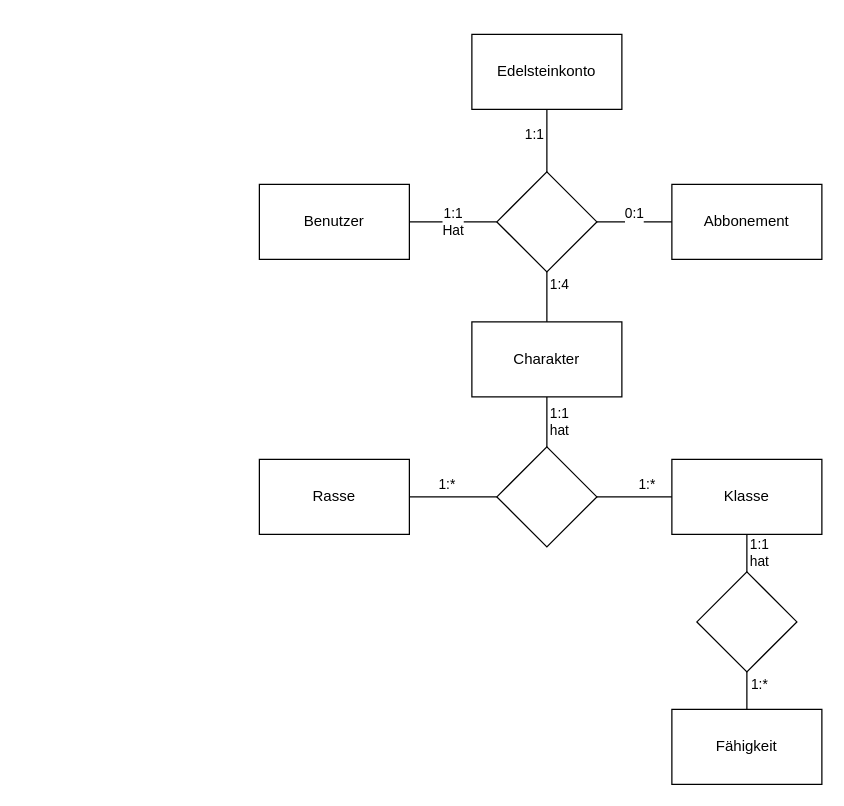
Before: Datenbanken_Milan.drawio in mitmirzutun/Datenbanken, a draw.io diagram. Source tidied: cells renumbered, new cells numbered last; positions are measured from the earlier drawing's top-left corner, leaving out a move shared by most shapes. Both pictures are drawn from the tidied source at 125%, with x=0, y=0 at pixel (259, 34).
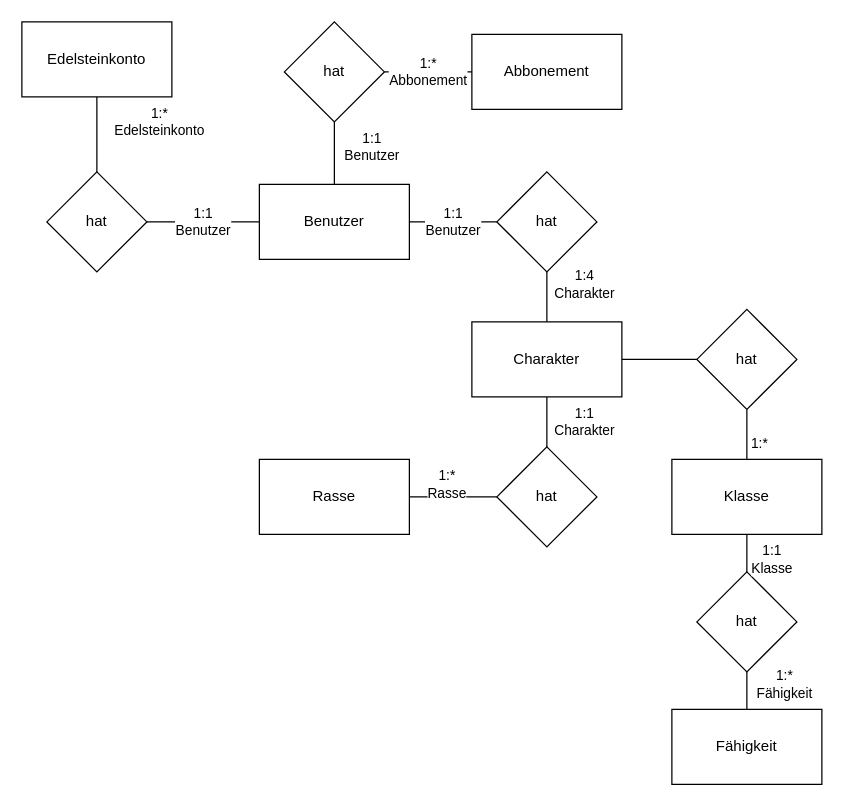
The same diagram, later.

Unchanged cells that the change refers to:
```xml
<mxCell id="2" value="Benutzer" style="rounded=0;whiteSpace=wrap;html=1;" parent="1" vertex="1">
  <mxGeometry y="120" width="120" height="60" as="geometry" />
</mxCell>
<mxCell id="10" value="Charakter" style="rounded=0;whiteSpace=wrap;html=1;" parent="1" vertex="1">
  <mxGeometry x="170" y="230" width="120" height="60" as="geometry" />
</mxCell>
<mxCell id="11" value="Rasse" style="rounded=0;whiteSpace=wrap;html=1;" parent="1" vertex="1">
  <mxGeometry y="340" width="120" height="60" as="geometry" />
</mxCell>
<mxCell id="12" value="Fähigkeit" style="rounded=0;whiteSpace=wrap;html=1;" parent="1" vertex="1">
  <mxGeometry x="330" y="540" width="120" height="60" as="geometry" />
</mxCell>
<mxCell id="13" value="Klasse" style="rounded=0;whiteSpace=wrap;html=1;" parent="1" vertex="1">
  <mxGeometry x="330" y="340" width="120" height="60" as="geometry" />
</mxCell>
```

Diff of the diagram source:
```diff
@@
-    <mxCell id="3" style="rhombus;whiteSpace=wrap;html=1;" parent="1" vertex="1">
+    <mxCell id="3" value="hat" style="rhombus;whiteSpace=wrap;html=1;" parent="1" vertex="1">
       <mxGeometry x="190" y="110" width="80" height="80" as="geometry" />
     </mxCell>
-    <mxCell id="4" value="1:1&lt;br&gt;Hat" style="endArrow=none;html=1;entryX=0;entryY=0.5;entryDx=0;entryDy=0;exitX=1;exitY=0.5;exitDx=0;exitDy=0;" parent="1" edge="1" source="2" target="3">
+    <mxCell id="4" value="1:1&lt;br&gt;Benutzer" style="endArrow=none;html=1;entryX=0;entryY=0.5;entryDx=0;entryDy=0;exitX=1;exitY=0.5;exitDx=0;exitDy=0;" parent="1" edge="1" source="2" target="3">
       <mxGeometry relative="1" as="geometry">
         <Array as="points">
           <mxPoint x="150" y="150" />
         </Array>
       </mxGeometry>
     </mxCell>
     <mxCell id="5" value="Abbonement" style="rounded=0;whiteSpace=wrap;html=1;" parent="1" vertex="1">
-      <mxGeometry x="330" y="120" width="120" height="60" as="geometry" />
+      <mxGeometry x="170" width="120" height="60" as="geometry" />
     </mxCell>
-    <mxCell id="6" value="0:1&lt;br&gt;&amp;nbsp;" style="endArrow=none;html=1;entryX=0;entryY=0.5;entryDx=0;entryDy=0;exitX=1;exitY=0.5;exitDx=0;exitDy=0;" parent="1" edge="1" source="3" target="5">
+    <mxCell id="6" value="1:*&lt;br&gt;Abbonement" style="endArrow=none;html=1;entryX=0;entryY=0.5;entryDx=0;entryDy=0;exitX=1;exitY=0.5;exitDx=0;exitDy=0;" parent="1" edge="1" source="22" target="5">
       <mxGeometry relative="1" as="geometry" />
     </mxCell>
     <mxCell id="7" value="Edelsteinkonto" style="rounded=0;whiteSpace=wrap;html=1;" parent="1" vertex="1">
-      <mxGeometry x="170" width="120" height="60" as="geometry" />
+      <mxGeometry x="-190" y="-10" width="120" height="60" as="geometry" />
     </mxCell>
-    <mxCell id="8" value="1:1" style="endArrow=none;html=1;exitX=0.5;exitY=1;exitDx=0;exitDy=0;" parent="1" edge="1" source="7">
-      <mxGeometry x="-0.2" y="-10" relative="1" as="geometry">
-        <mxPoint x="230" y="110" as="targetPoint" />
-      </mxGeometry>
+    <mxCell id="8" value="1:*&lt;br&gt;Edelsteinkonto" style="endArrow=none;html=1;exitX=0.5;exitY=1;exitDx=0;exitDy=0;entryX=0.5;entryY=0;entryDx=0;entryDy=0;" parent="1" edge="1" source="7" target="23">
+      <mxGeometry x="-0.33" y="50" relative="1" as="geometry" />
     </mxCell>
-    <mxCell id="9" value="1:4" style="endArrow=none;html=1;entryX=0.5;entryY=1;entryDx=0;entryDy=0;exitX=0.5;exitY=0;exitDx=0;exitDy=0;" parent="1" edge="1" source="10" target="3">
-      <mxGeometry x="0.5" y="-10" relative="1" as="geometry" />
+    <mxCell id="9" value="1:4&lt;br&gt;Charakter" style="endArrow=none;html=1;entryX=0.5;entryY=1;entryDx=0;entryDy=0;exitX=0.5;exitY=0;exitDx=0;exitDy=0;" parent="1" edge="1" source="10" target="3">
+      <mxGeometry x="0.5" y="-30" relative="1" as="geometry" />
     </mxCell>
@@
-    <mxCell id="14" value="1:*" style="endArrow=none;html=1;entryX=0;entryY=0.5;entryDx=0;entryDy=0;exitX=1;exitY=0.5;exitDx=0;exitDy=0;" parent="1" edge="1" source="19" target="13">
+    <mxCell id="14" value="1:*" style="endArrow=none;html=1;exitX=0.5;exitY=1;exitDx=0;exitDy=0;" parent="1" edge="1" source="21" target="13">
       <mxGeometry x="0.33" y="10" relative="1" as="geometry" />
     </mxCell>
-    <mxCell id="15" value="1:*" style="endArrow=none;html=1;entryX=0.5;entryY=1;entryDx=0;entryDy=0;" parent="1" edge="1" source="12" target="17">
-      <mxGeometry x="0.33" y="-10" relative="1" as="geometry" />
+    <mxCell id="15" value="1:*&lt;br&gt;Fähigkeit" style="endArrow=none;html=1;entryX=0.5;entryY=1;entryDx=0;entryDy=0;" parent="1" edge="1" source="12" target="17">
+      <mxGeometry x="0.33" y="-30" relative="1" as="geometry" />
     </mxCell>
-    <mxCell id="16" value="1:*" style="endArrow=none;html=1;entryX=0;entryY=0.5;entryDx=0;entryDy=0;exitX=1;exitY=0.5;exitDx=0;exitDy=0;" parent="1" edge="1" source="11" target="19">
+    <mxCell id="16" value="1:*&lt;br&gt;Rasse" style="endArrow=none;html=1;entryX=0;entryY=0.5;entryDx=0;entryDy=0;exitX=1;exitY=0.5;exitDx=0;exitDy=0;" parent="1" edge="1" source="11" target="19">
       <mxGeometry x="-0.14" y="10" relative="1" as="geometry" />
     </mxCell>
-    <mxCell id="17" style="rhombus;whiteSpace=wrap;html=1;" parent="1" vertex="1">
+    <mxCell id="17" value="hat" style="rhombus;whiteSpace=wrap;html=1;" parent="1" vertex="1">
       <mxGeometry x="350" y="430" width="80" height="80" as="geometry" />
     </mxCell>
-    <mxCell id="18" value="1:1&lt;br&gt;hat" style="endArrow=none;html=1;entryX=0.5;entryY=0;entryDx=0;entryDy=0;exitX=0.5;exitY=1;exitDx=0;exitDy=0;" parent="1" edge="1" source="13" target="17">
-      <mxGeometry y="10" relative="1" as="geometry" />
+    <mxCell id="18" value="1:1&lt;br&gt;Klasse" style="endArrow=none;html=1;entryX=0.5;entryY=0;entryDx=0;entryDy=0;exitX=0.5;exitY=1;exitDx=0;exitDy=0;" parent="1" edge="1" source="13" target="17">
+      <mxGeometry x="0.33" y="20" relative="1" as="geometry" />
     </mxCell>
-    <mxCell id="19" style="rhombus;whiteSpace=wrap;html=1;" parent="1" vertex="1">
+    <mxCell id="19" value="hat" style="rhombus;whiteSpace=wrap;html=1;" parent="1" vertex="1">
       <mxGeometry x="190" y="330" width="80" height="80" as="geometry" />
     </mxCell>
-    <mxCell id="20" value="1:1&lt;br&gt;hat" style="endArrow=none;html=1;entryX=0.5;entryY=0;entryDx=0;entryDy=0;exitX=0.5;exitY=1;exitDx=0;exitDy=0;" parent="1" edge="1" source="10" target="19">
-      <mxGeometry y="10" relative="1" as="geometry" />
+    <mxCell id="20" value="1:1&lt;br&gt;Charakter" style="endArrow=none;html=1;entryX=0.5;entryY=0;entryDx=0;entryDy=0;exitX=0.5;exitY=1;exitDx=0;exitDy=0;" parent="1" edge="1" source="10" target="19">
+      <mxGeometry y="30" relative="1" as="geometry" />
     </mxCell>
+    <mxCell id="21" value="hat" style="rhombus;whiteSpace=wrap;html=1;" parent="1" vertex="1">
+      <mxGeometry x="350" y="220" width="80" height="80" as="geometry" />
+    </mxCell>
+    <mxCell id="22" value="hat" style="rhombus;whiteSpace=wrap;html=1;" parent="1" vertex="1">
+      <mxGeometry x="20" y="-10" width="80" height="80" as="geometry" />
+    </mxCell>
+    <mxCell id="23" value="hat" style="rhombus;whiteSpace=wrap;html=1;" parent="1" vertex="1">
+      <mxGeometry x="-170" y="110" width="80" height="80" as="geometry" />
+    </mxCell>
+    <mxCell id="24" style="endArrow=none;html=1;entryX=0;entryY=0.5;entryDx=0;entryDy=0;exitX=1;exitY=0.5;exitDx=0;exitDy=0;" parent="1" edge="1" source="10" target="21">
+      <mxGeometry relative="1" as="geometry" />
+    </mxCell>
+    <mxCell id="25" value="1:1&lt;br&gt;Benutzer" style="endArrow=none;html=1;entryX=1;entryY=0.5;entryDx=0;entryDy=0;" parent="1" edge="1" source="2" target="23">
+      <mxGeometry relative="1" as="geometry" />
+    </mxCell>
+    <mxCell id="26" value="1:1&lt;br&gt;Benutzer" style="endArrow=none;html=1;entryX=0.5;entryY=1;entryDx=0;entryDy=0;exitX=0.5;exitY=0;exitDx=0;exitDy=0;" parent="1" edge="1" source="2" target="22">
+      <mxGeometry x="0.2" y="-30" relative="1" as="geometry" />
+    </mxCell>
```
